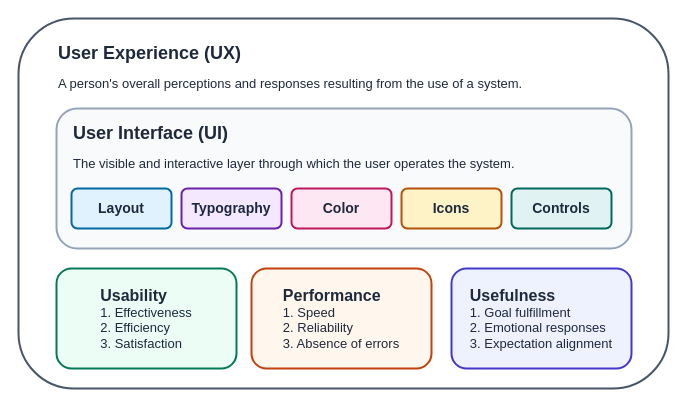
This is thesis_figure_one.drawio from Matasem-h/SimpleFlowcharts, a draw.io file, before an edit. Source tidied: cells renumbered, new cells numbered last; positions are measured from the earlier drawing's top-left corner, leaving out a move shared by most shapes. Both pictures are drawn from the tidied source at 100%, with x=0, y=0 at pixel (18, 18).
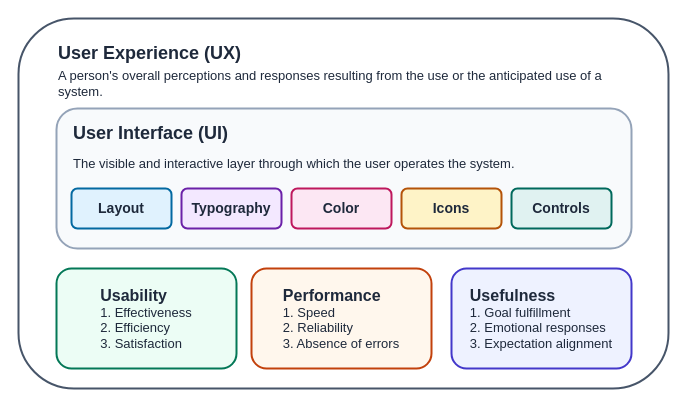
The same page after the edit.

Diff of the diagram source:
```diff
@@
 <mxGraphModel>
   <root>
     <mxCell id="0" />
     <mxCell id="1" parent="0" />
     <mxCell id="2" style="rounded=1;whiteSpace=wrap;html=1;align=left;fillColor=#FFFFFF;strokeColor=#475569;fontColor=#1E293B;strokeWidth=2;" parent="1" vertex="1">
       <mxGeometry width="650" height="370" as="geometry" />
     </mxCell>
     <mxCell id="3" value="&lt;font style=&quot;font-size: 18px;&quot;&gt;&lt;b&gt;User Experience (UX)&lt;/b&gt;&lt;/font&gt;" style="text;html=1;whiteSpace=wrap;strokeColor=none;fillColor=none;align=left;verticalAlign=middle;rounded=0;fontColor=#1E293B;" parent="1" vertex="1">
       <mxGeometry x="38" y="20" width="252" height="30" as="geometry" />
     </mxCell>
-    <mxCell id="4" value="&lt;font&gt;A person's overall perceptions and responses resulting from the use of a system.&lt;/font&gt;" style="text;html=1;whiteSpace=wrap;strokeColor=none;fillColor=none;align=left;verticalAlign=middle;rounded=0;fontSize=13;fontColor=#1E293B;" parent="1" vertex="1">
+    <mxCell id="4" value="&lt;font&gt;A person's overall perceptions and responses resulting from the use or the anticipated use of a system.&lt;/font&gt;" style="text;html=1;whiteSpace=wrap;strokeColor=none;fillColor=none;align=left;verticalAlign=middle;rounded=0;fontSize=13;fontColor=#1E293B;" parent="1" vertex="1">
       <mxGeometry x="38" y="50" width="575" height="30" as="geometry" />
     </mxCell>
     <mxCell id="5" style="rounded=1;whiteSpace=wrap;html=1;align=left;fontColor=#1E293B;fillColor=#F8FAFC;strokeColor=#94A3B8;strokeWidth=2;" parent="1" vertex="1">
       <mxGeometry x="38" y="90" width="575" height="140" as="geometry" />
     </mxCell>
     <mxCell id="6" value="&lt;font style=&quot;font-size: 18px;&quot;&gt;&lt;b&gt;User Interface (UI)&lt;/b&gt;&lt;/font&gt;" style="text;html=1;whiteSpace=wrap;strokeColor=none;fillColor=none;align=left;verticalAlign=middle;rounded=0;fontColor=#1E293B;" parent="1" vertex="1">
       <mxGeometry x="53" y="100" width="210" height="30" as="geometry" />
     </mxCell>
     <mxCell id="7" value="&lt;font&gt;The visible and interactive layer through which the user operates the system.&amp;nbsp;&lt;/font&gt;" style="text;html=1;whiteSpace=wrap;strokeColor=none;fillColor=none;align=left;verticalAlign=middle;rounded=0;fontSize=13;fontColor=#1E293B;" parent="1" vertex="1">
       <mxGeometry x="53" y="130" width="560" height="30" as="geometry" />
     </mxCell>
     <mxCell id="8" value="Layout" style="rounded=1;whiteSpace=wrap;html=1;fontSize=14;fontColor=#1E293B;fillColor=#E0F2FE;fontStyle=1;strokeColor=#0369A1;strokeWidth=2;" parent="1" vertex="1">
       <mxGeometry x="53" y="170" width="100" height="40" as="geometry" />
     </mxCell>
     <mxCell id="9" value="Typography" style="rounded=1;whiteSpace=wrap;html=1;fontSize=14;fontColor=#1E293B;fillColor=#F3E8FF;fontStyle=1;strokeColor=#6B21A8;strokeWidth=2;" parent="1" vertex="1">
       <mxGeometry x="163" y="170" width="100" height="40" as="geometry" />
     </mxCell>
     <mxCell id="10" value="Color" style="rounded=1;whiteSpace=wrap;html=1;fontSize=14;fontColor=#1E293B;fillColor=#FCE7F3;fontStyle=1;strokeColor=#BE185D;strokeWidth=2;" parent="1" vertex="1">
       <mxGeometry x="273" y="170" width="100" height="40" as="geometry" />
     </mxCell>
     <mxCell id="11" value="Controls" style="rounded=1;whiteSpace=wrap;html=1;fontSize=14;fontColor=#1E293B;fillColor=#E0F2F1;fontStyle=1;strokeColor=#00695C;strokeWidth=2;" parent="1" vertex="1">
       <mxGeometry x="493" y="170" width="100" height="40" as="geometry" />
     </mxCell>
     <mxCell id="12" value="Icons" style="rounded=1;whiteSpace=wrap;html=1;fontSize=14;fontColor=#1E293B;fillColor=#FEF3C7;fontStyle=1;strokeColor=#B45309;strokeWidth=2;" parent="1" vertex="1">
       <mxGeometry x="383" y="170" width="100" height="40" as="geometry" />
     </mxCell>
     <mxCell id="13" value="&lt;div align=&quot;left&quot;&gt;&lt;font style=&quot;font-size: 16px;&quot;&gt;&lt;b&gt;Usability&lt;/b&gt;&lt;/font&gt;&lt;/div&gt;&lt;div align=&quot;left&quot;&gt;&lt;font style=&quot;font-size: 13px;&quot;&gt;1. Effectiveness&lt;/font&gt;&lt;/div&gt;&lt;div align=&quot;left&quot;&gt;&lt;font style=&quot;font-size: 13px;&quot;&gt;2. Efficiency&lt;/font&gt;&lt;/div&gt;&lt;div align=&quot;left&quot;&gt;&lt;font style=&quot;font-size: 13px;&quot;&gt;3. Satisfaction&lt;/font&gt;&lt;/div&gt;" style="rounded=1;whiteSpace=wrap;html=1;roundedPerimeter=1;fontColor=#1E293B;fillColor=#ECFDF5;strokeColor=#047857;strokeWidth=2;" parent="1" vertex="1">
       <mxGeometry x="38" y="250" width="180" height="100" as="geometry" />
     </mxCell>
     <mxCell id="14" value="&lt;div align=&quot;left&quot;&gt;&lt;font style=&quot;font-size: 16px;&quot;&gt;&lt;b&gt;Performance&lt;/b&gt;&lt;/font&gt;&lt;/div&gt;&lt;div align=&quot;left&quot;&gt;&lt;font style=&quot;font-size: 13px;&quot;&gt;1. Speed&lt;/font&gt;&lt;/div&gt;&lt;div align=&quot;left&quot;&gt;&lt;font style=&quot;font-size: 13px;&quot;&gt;2. Reliability&lt;/font&gt;&lt;/div&gt;&lt;div align=&quot;left&quot;&gt;&lt;font style=&quot;font-size: 13px;&quot;&gt;3. Absence of errors&lt;/font&gt;&lt;/div&gt;" style="rounded=1;whiteSpace=wrap;html=1;roundedPerimeter=1;fontColor=#1E293B;fillColor=#FFF7ED;strokeWidth=2;strokeColor=#C2410C;" parent="1" vertex="1">
       <mxGeometry x="233" y="250" width="180" height="100" as="geometry" />
     </mxCell>
     <mxCell id="15" value="&lt;div align=&quot;left&quot;&gt;&lt;font style=&quot;font-size: 16px;&quot;&gt;&lt;b&gt;Usefulness&lt;/b&gt;&lt;/font&gt;&lt;/div&gt;&lt;div align=&quot;left&quot;&gt;&lt;font style=&quot;font-size: 13px;&quot;&gt;1. Goal fulfillment&lt;/font&gt;&lt;/div&gt;&lt;div align=&quot;left&quot;&gt;&lt;font style=&quot;font-size: 13px;&quot;&gt;2. Emotional responses&lt;/font&gt;&lt;/div&gt;&lt;div align=&quot;left&quot;&gt;&lt;font style=&quot;font-size: 13px;&quot;&gt;3. Expectation alignment&lt;/font&gt;&lt;/div&gt;" style="rounded=1;whiteSpace=wrap;html=1;roundedPerimeter=1;fontColor=#1E293B;fillColor=#EEF2FF;strokeWidth=2;strokeColor=#4338CA;" parent="1" vertex="1">
       <mxGeometry x="433" y="250" width="180" height="100" as="geometry" />
     </mxCell>
   </root>
 </mxGraphModel>
```
